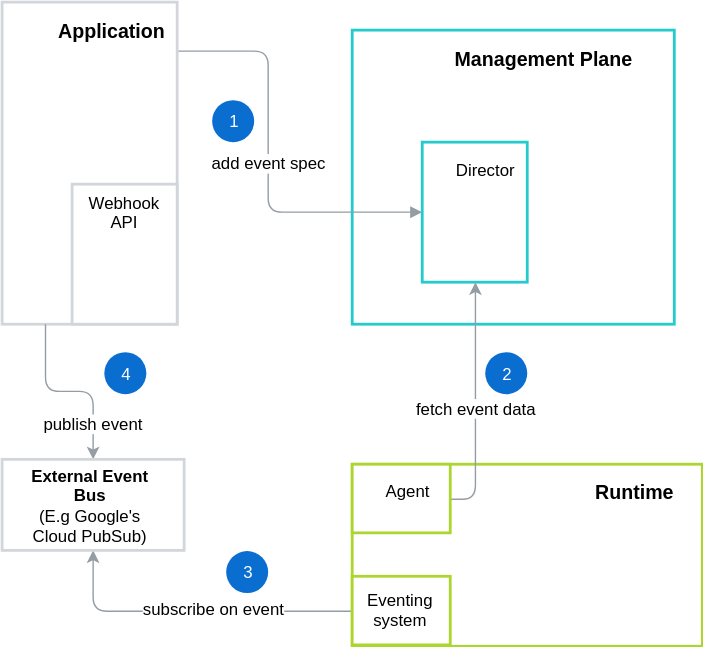
kyma-incubator/compass keeps this draw.io diagram as docs/architecture/assets/external-event-flow.svg. Above is the earlier version. Source tidied: cells renumbered, new cells last; positions are measured from the earlier drawing's top-left corner, leaving out a move shared by most shapes.
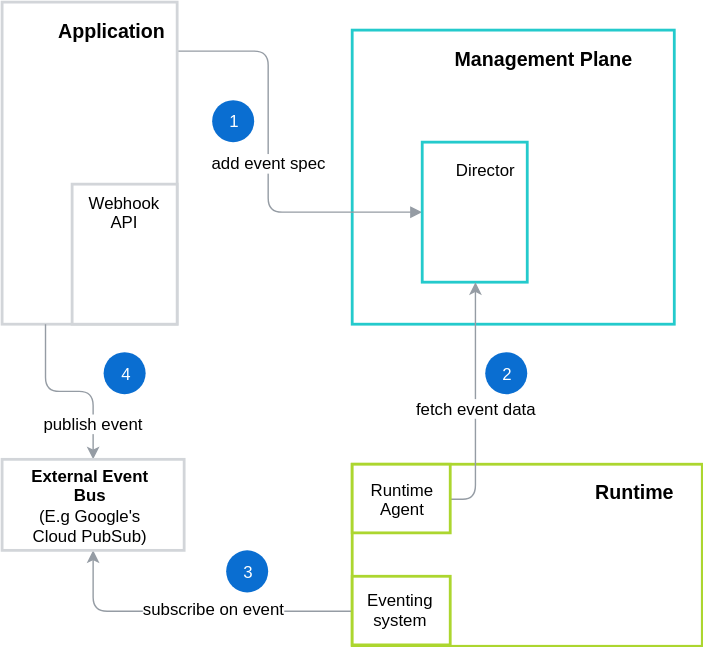
After the commit.

Change to the diagram source:
```diff
@@ -73,8 +73,8 @@
     <mxCell id="21" style="rounded=0;whiteSpace=wrap;html=1;strokeColor=#ACD62F;strokeWidth=2;horizontal=1;" parent="1" vertex="1">
       <mxGeometry x="250" y="330" width="70" height="49" as="geometry" />
     </mxCell>
-    <mxCell id="22" value="Agent&lt;br&gt;" style="text;html=1;strokeColor=none;fillColor=none;align=center;verticalAlign=middle;whiteSpace=wrap;rounded=0;" parent="1" vertex="1">
-      <mxGeometry x="270" y="339" width="40" height="20" as="geometry" />
+    <mxCell id="22" value="Runtime&lt;br&gt;Agent" style="text;html=1;strokeColor=none;fillColor=none;align=center;verticalAlign=middle;whiteSpace=wrap;rounded=0;" parent="1" vertex="1">
+      <mxGeometry x="265" y="344.5" width="40" height="20" as="geometry" />
     </mxCell>
     <mxCell id="23" value="1" style="ellipse;whiteSpace=wrap;html=1;strokeColor=none;strokeWidth=1;fillColor=#0A6ED1;fontColor=#FFFFFF;" parent="1" vertex="1">
       <mxGeometry x="150" y="70" width="30" height="30" as="geometry" />
```
